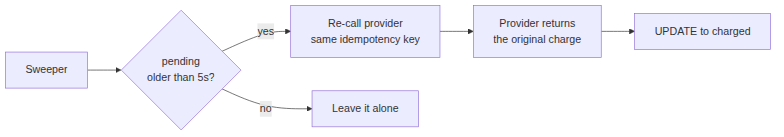
Before: markdown/system-design-interview/assets/000/04-recovery.png, a diagram exported from Mermaid (haraGADygyl/medium-python-articles). Its source is kept beside it as markdown/system-design-interview/assets/000/04-recovery.mmd. The source it was exported from:
```mermaid
flowchart LR
    A[Sweeper] --> B{"pending<br/>older than 5s?"}
    B -->|yes| C[Re-call provider<br/>same idempotency key]
    C --> D[Provider returns<br/>the original charge]
    D --> E[UPDATE to charged]
    B -->|no| F[Leave it alone]
```
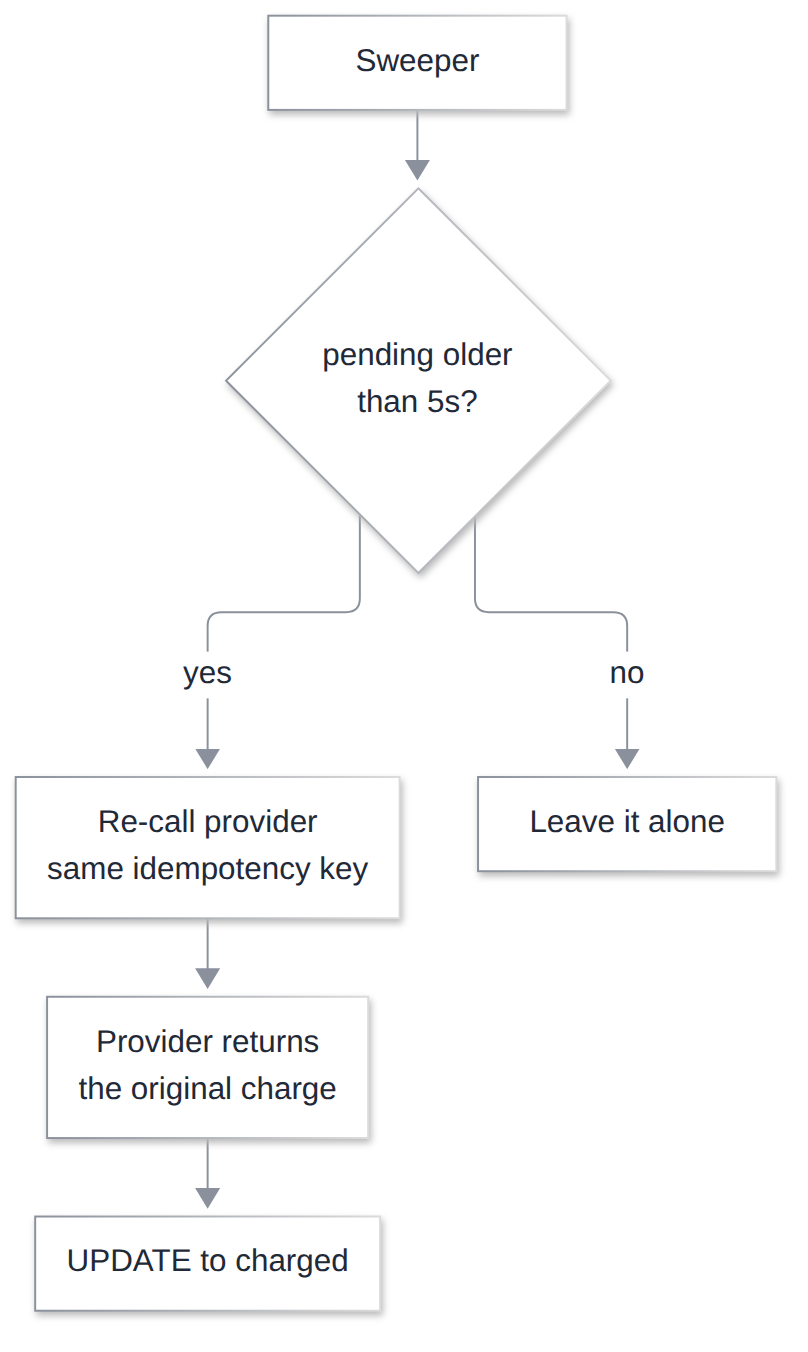
After the change.

What changed in the source:
```diff
@@ -1,5 +1,5 @@
-flowchart LR
-    A[Sweeper] --> B{"pending<br/>older than 5s?"}
+flowchart TB
+    A[Sweeper] --> B{"pending older<br/>than 5s?"}
     B -->|yes| C[Re-call provider<br/>same idempotency key]
     C --> D[Provider returns<br/>the original charge]
     D --> E[UPDATE to charged]
```
